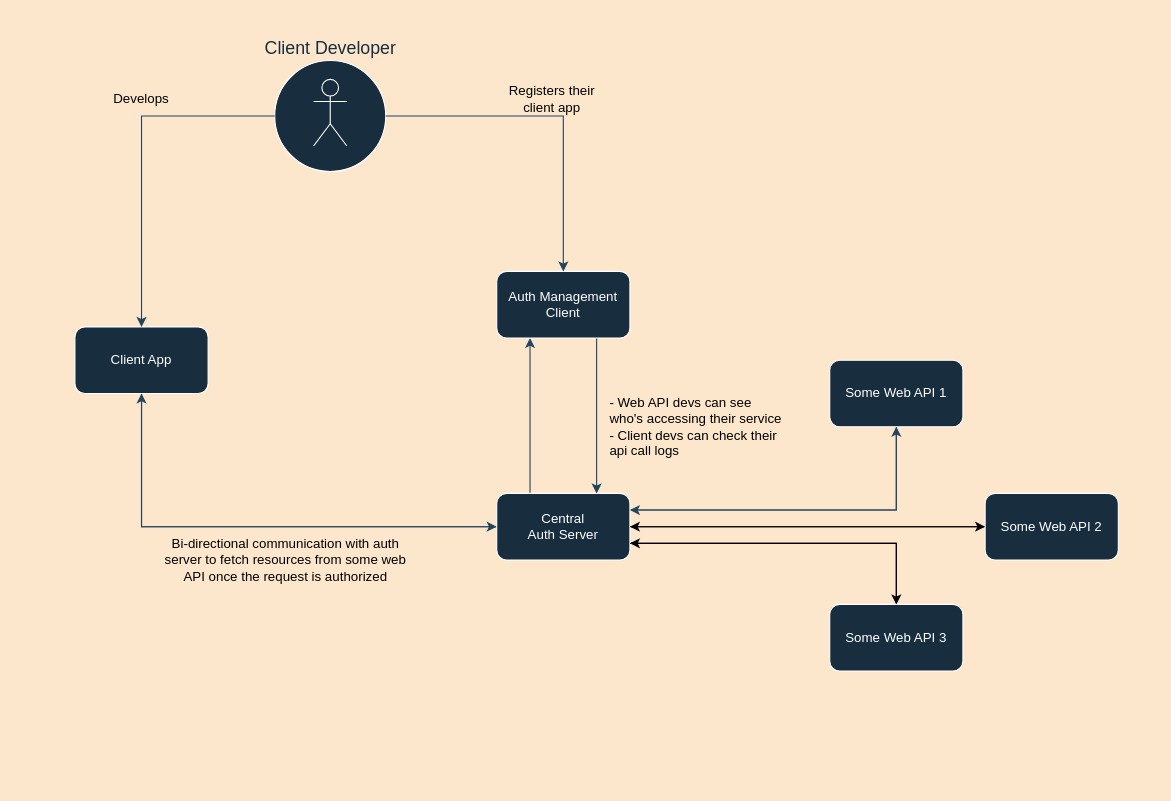
Earlier version of the draw.io diagram assets/Untitled Diagram.drawio (U-C-S/CAuth). Source tidied: cells renumbered, new cells numbered last; positions are measured from the earlier drawing's top-left corner, leaving out a move shared by most shapes. Both pictures are drawn from the tidied source at 111%, with x=0, y=0 at pixel (74, 60).
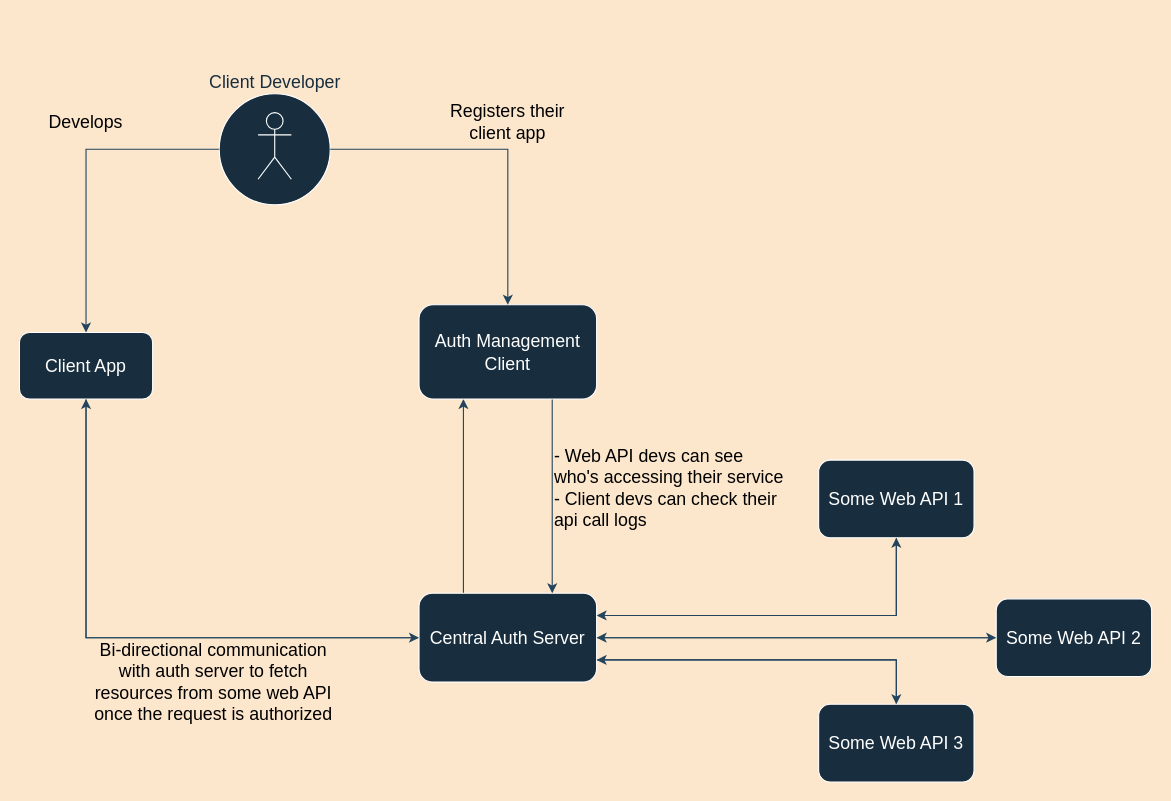
After the change.

The edit, as a diff of the source:
```diff
@@
-    <mxCell id="2" style="edgeStyle=orthogonalEdgeStyle;rounded=0;jettySize=auto;html=1;exitX=0.5;exitY=1;exitDx=0;exitDy=0;entryX=0;entryY=0.5;entryDx=0;entryDy=0;labelBackgroundColor=#FCE7CD;strokeColor=#23445D;" parent="1" edge="1" source="3" target="11">
+    <mxCell id="2" style="edgeStyle=orthogonalEdgeStyle;rounded=0;jettySize=auto;html=1;exitX=0.5;exitY=1;exitDx=0;exitDy=0;entryX=0;entryY=0.5;entryDx=0;entryDy=0;labelBackgroundColor=#FCE7CD;strokeColor=#23445D;fontSize=16;" parent="1" edge="1" source="3" target="11">
       <mxGeometry relative="1" as="geometry" />
     </mxCell>
-    <mxCell id="3" value="&lt;div&gt;Client App&lt;/div&gt;" style="rounded=1;whiteSpace=wrap;html=1;fillColor=#182E3E;strokeColor=#FFFFFF;fontColor=#FFFFFF;" parent="1" vertex="1">
-      <mxGeometry y="240" width="120" height="60" as="geometry" />
+    <mxCell id="3" value="&lt;div style=&quot;font-size: 16px;&quot;&gt;Client App&lt;/div&gt;" style="rounded=1;whiteSpace=wrap;html=1;fillColor=#182E3E;strokeColor=#FFFFFF;fontColor=#FFFFFF;fontSize=16;" parent="1" vertex="1">
+      <mxGeometry x="-50" y="245" width="120" height="60" as="geometry" />
     </mxCell>
-    <mxCell id="4" style="edgeStyle=orthogonalEdgeStyle;rounded=0;jettySize=auto;html=1;exitX=0.5;exitY=1;exitDx=0;exitDy=0;entryX=1;entryY=0.25;entryDx=0;entryDy=0;labelBackgroundColor=#FCE7CD;strokeColor=#23445D;" parent="1" edge="1" source="5" target="11">
+    <mxCell id="4" style="edgeStyle=orthogonalEdgeStyle;rounded=0;jettySize=auto;html=1;exitX=0.5;exitY=1;exitDx=0;exitDy=0;entryX=1;entryY=0.25;entryDx=0;entryDy=0;labelBackgroundColor=#FCE7CD;strokeColor=#23445D;fontSize=16;" parent="1" edge="1" source="5" target="11">
       <mxGeometry relative="1" as="geometry" />
     </mxCell>
-    <mxCell id="5" value="Some Web API 1" style="rounded=1;whiteSpace=wrap;html=1;fillColor=#182E3E;strokeColor=#FFFFFF;fontColor=#FFFFFF;" parent="1" vertex="1">
-      <mxGeometry x="680" y="270" width="120" height="60" as="geometry" />
+    <mxCell id="5" value="Some Web API 1" style="rounded=1;whiteSpace=wrap;html=1;fillColor=#182E3E;strokeColor=#FFFFFF;fontColor=#FFFFFF;fontSize=16;" parent="1" vertex="1">
+      <mxGeometry x="670" y="360" width="140" height="70" as="geometry" />
     </mxCell>
-    <mxCell id="6" style="edgeStyle=orthogonalEdgeStyle;rounded=0;jettySize=auto;html=1;exitX=0.25;exitY=0;exitDx=0;exitDy=0;entryX=0.25;entryY=1;entryDx=0;entryDy=0;labelBackgroundColor=#FCE7CD;strokeColor=#23445D;" parent="1" edge="1" source="11" target="13">
+    <mxCell id="6" style="edgeStyle=orthogonalEdgeStyle;rounded=0;jettySize=auto;html=1;exitX=0.25;exitY=0;exitDx=0;exitDy=0;entryX=0.25;entryY=1;entryDx=0;entryDy=0;labelBackgroundColor=#FCE7CD;strokeColor=#23445D;fontSize=16;" parent="1" edge="1" source="11" target="13">
       <mxGeometry relative="1" as="geometry" />
     </mxCell>
-    <mxCell id="7" style="edgeStyle=orthogonalEdgeStyle;rounded=0;jettySize=auto;html=1;exitX=0;exitY=0.5;exitDx=0;exitDy=0;entryX=0.5;entryY=1;entryDx=0;entryDy=0;labelBackgroundColor=#FCE7CD;strokeColor=#23445D;" parent="1" edge="1" source="11" target="3">
+    <mxCell id="7" style="edgeStyle=orthogonalEdgeStyle;rounded=0;jettySize=auto;html=1;exitX=0;exitY=0.5;exitDx=0;exitDy=0;entryX=0.5;entryY=1;entryDx=0;entryDy=0;labelBackgroundColor=#FCE7CD;strokeColor=#23445D;fontSize=16;" parent="1" edge="1" source="11" target="3">
       <mxGeometry relative="1" as="geometry" />
     </mxCell>
-    <mxCell id="8" style="edgeStyle=orthogonalEdgeStyle;rounded=0;jettySize=auto;html=1;exitX=1;exitY=0.25;exitDx=0;exitDy=0;entryX=0.5;entryY=1;entryDx=0;entryDy=0;labelBackgroundColor=#FCE7CD;strokeColor=#23445D;" parent="1" edge="1" source="11" target="5">
+    <mxCell id="8" style="edgeStyle=orthogonalEdgeStyle;rounded=0;jettySize=auto;html=1;exitX=1;exitY=0.25;exitDx=0;exitDy=0;entryX=0.5;entryY=1;entryDx=0;entryDy=0;labelBackgroundColor=#FCE7CD;strokeColor=#23445D;fontSize=16;" parent="1" edge="1" source="11" target="5">
       <mxGeometry relative="1" as="geometry" />
     </mxCell>
-    <mxCell id="9" style="edgeStyle=orthogonalEdgeStyle;rounded=0;jettySize=auto;html=1;exitX=1;exitY=0.5;exitDx=0;exitDy=0;entryX=0;entryY=0.5;entryDx=0;entryDy=0;" parent="1" edge="1" source="11" target="24">
+    <mxCell id="9" style="edgeStyle=orthogonalEdgeStyle;rounded=0;jettySize=auto;html=1;exitX=1;exitY=0.5;exitDx=0;exitDy=0;entryX=0;entryY=0.5;entryDx=0;entryDy=0;fontSize=16;labelBackgroundColor=#FCE7CD;strokeColor=#23445D;" parent="1" edge="1" source="11" target="24">
       <mxGeometry relative="1" as="geometry" />
     </mxCell>
-    <mxCell id="10" style="edgeStyle=orthogonalEdgeStyle;rounded=0;jettySize=auto;html=1;exitX=1;exitY=0.75;exitDx=0;exitDy=0;entryX=0.5;entryY=0;entryDx=0;entryDy=0;" parent="1" edge="1" source="11" target="26">
+    <mxCell id="10" style="edgeStyle=orthogonalEdgeStyle;rounded=0;jettySize=auto;html=1;exitX=1;exitY=0.75;exitDx=0;exitDy=0;entryX=0.5;entryY=0;entryDx=0;entryDy=0;fontSize=16;labelBackgroundColor=#FCE7CD;strokeColor=#23445D;" parent="1" edge="1" source="11" target="26">
       <mxGeometry relative="1" as="geometry" />
     </mxCell>
-    <mxCell id="11" value="&lt;div&gt;Central &lt;br&gt;&lt;/div&gt;&lt;div&gt;Auth Server&lt;/div&gt;" style="rounded=1;whiteSpace=wrap;html=1;fillColor=#182E3E;strokeColor=#FFFFFF;fontColor=#FFFFFF;" parent="1" vertex="1">
-      <mxGeometry x="380" y="390" width="120" height="60" as="geometry" />
+    <mxCell id="11" value="&lt;div style=&quot;font-size: 16px;&quot;&gt;Central Auth Server&lt;/div&gt;" style="rounded=1;whiteSpace=wrap;html=1;fillColor=#182E3E;strokeColor=#FFFFFF;fontColor=#FFFFFF;fontSize=16;" parent="1" vertex="1">
+      <mxGeometry x="310" y="480" width="160" height="80" as="geometry" />
     </mxCell>
-    <mxCell id="12" style="edgeStyle=orthogonalEdgeStyle;rounded=0;jettySize=auto;html=1;exitX=0.75;exitY=1;exitDx=0;exitDy=0;entryX=0.75;entryY=0;entryDx=0;entryDy=0;labelBackgroundColor=#FCE7CD;strokeColor=#23445D;" parent="1" edge="1" source="13" target="11">
+    <mxCell id="12" style="edgeStyle=orthogonalEdgeStyle;rounded=0;jettySize=auto;html=1;exitX=0.75;exitY=1;exitDx=0;exitDy=0;entryX=0.75;entryY=0;entryDx=0;entryDy=0;labelBackgroundColor=#FCE7CD;strokeColor=#23445D;fontSize=16;" parent="1" edge="1" source="13" target="11">
       <mxGeometry relative="1" as="geometry" />
     </mxCell>
-    <mxCell id="13" value="Auth Management Client" style="rounded=1;whiteSpace=wrap;html=1;fillColor=#182E3E;strokeColor=#FFFFFF;fontColor=#FFFFFF;" parent="1" vertex="1">
-      <mxGeometry x="380" y="190" width="120" height="60" as="geometry" />
+    <mxCell id="13" value="Auth Management Client" style="rounded=1;whiteSpace=wrap;html=1;fillColor=#182E3E;strokeColor=#FFFFFF;fontColor=#FFFFFF;fontSize=16;" parent="1" vertex="1">
+      <mxGeometry x="310" y="220" width="160" height="85" as="geometry" />
     </mxCell>
-    <mxCell id="14" style="group;fontColor=#FFFFFF;" parent="1" vertex="1">
-      <mxGeometry x="180" width="100" height="100" as="geometry" />
+    <mxCell id="14" style="group;fontColor=#FFFFFF;rounded=0;fontSize=16;" parent="1" vertex="1">
+      <mxGeometry x="130" y="30" width="100" height="100" as="geometry" />
     </mxCell>
-    <mxCell id="15" style="ellipse;whiteSpace=wrap;html=1;fillColor=#182E3E;strokeColor=#FFFFFF;fontColor=#FFFFFF;" parent="14" vertex="1">
+    <mxCell id="15" style="ellipse;whiteSpace=wrap;html=1;fillColor=#182E3E;strokeColor=#FFFFFF;fontColor=#FFFFFF;rounded=0;fontSize=16;" parent="14" vertex="1">
       <mxGeometry width="100" height="100" as="geometry" />
     </mxCell>
-    <mxCell id="16" value="&lt;p style=&quot;line-height: 130%;&quot;&gt;&lt;/p&gt;&lt;div style=&quot;font-size: 16px;&quot;&gt;&lt;font color=&quot;#182E3E&quot;&gt;Client Developer&lt;/font&gt;&lt;/div&gt;&lt;p&gt;&lt;/p&gt;" style="shape=umlActor;verticalLabelPosition=top;verticalAlign=bottom;html=1;labelPosition=center;align=center;fontSize=16;spacingTop=0;fillColor=#182E3E;strokeColor=#FFFFFF;fontColor=#FFFFFF;" parent="14" vertex="1">
+    <mxCell id="16" value="&lt;p style=&quot;line-height: 130%; font-size: 16px;&quot;&gt;&lt;/p&gt;&lt;div style=&quot;font-size: 16px;&quot;&gt;&lt;font style=&quot;font-size: 16px;&quot; color=&quot;#182E3E&quot;&gt;Client Developer&lt;/font&gt;&lt;/div&gt;&lt;p style=&quot;font-size: 16px;&quot;&gt;&lt;/p&gt;" style="shape=umlActor;verticalLabelPosition=top;verticalAlign=bottom;html=1;labelPosition=center;align=center;fontSize=16;spacingTop=0;fillColor=#182E3E;strokeColor=#FFFFFF;fontColor=#FFFFFF;rounded=0;" parent="14" vertex="1">
       <mxGeometry x="35" y="17" width="30" height="60" as="geometry" />
     </mxCell>
-    <mxCell id="17" style="edgeStyle=orthogonalEdgeStyle;rounded=0;jettySize=auto;html=1;exitX=1;exitY=0.5;exitDx=0;exitDy=0;entryX=0.5;entryY=0;entryDx=0;entryDy=0;labelBackgroundColor=#FCE7CD;strokeColor=#23445D;" parent="1" edge="1" source="15" target="13">
+    <mxCell id="17" style="edgeStyle=orthogonalEdgeStyle;rounded=0;jettySize=auto;html=1;exitX=1;exitY=0.5;exitDx=0;exitDy=0;entryX=0.5;entryY=0;entryDx=0;entryDy=0;labelBackgroundColor=#FCE7CD;strokeColor=#23445D;fontSize=16;" parent="1" edge="1" source="15" target="13">
       <mxGeometry relative="1" as="geometry" />
     </mxCell>
-    <mxCell id="18" style="edgeStyle=orthogonalEdgeStyle;rounded=0;jettySize=auto;html=1;entryX=0.5;entryY=0;entryDx=0;entryDy=0;labelBackgroundColor=#FCE7CD;strokeColor=#23445D;" parent="1" edge="1" source="15" target="3">
+    <mxCell id="18" style="edgeStyle=orthogonalEdgeStyle;rounded=0;jettySize=auto;html=1;entryX=0.5;entryY=0;entryDx=0;entryDy=0;labelBackgroundColor=#FCE7CD;strokeColor=#23445D;fontSize=16;" parent="1" edge="1" source="15" target="3">
       <mxGeometry relative="1" as="geometry" />
     </mxCell>
-    <mxCell id="19" value="&lt;div&gt;Registers their client app&lt;/div&gt;" style="text;html=1;strokeColor=none;fillColor=none;align=center;verticalAlign=middle;whiteSpace=wrap;rounded=0;" parent="1" vertex="1">
-      <mxGeometry x="390" y="20" width="80" height="30" as="geometry" />
+    <mxCell id="19" value="&lt;div style=&quot;font-size: 16px;&quot;&gt;Registers their client app&lt;/div&gt;" style="text;html=1;strokeColor=none;fillColor=none;align=center;verticalAlign=middle;whiteSpace=wrap;rounded=0;fontSize=16;" parent="1" vertex="1">
+      <mxGeometry x="335" y="30" width="110" height="50" as="geometry" />
     </mxCell>
-    <mxCell id="20" value="Develops" style="text;html=1;strokeColor=none;fillColor=none;align=center;verticalAlign=middle;whiteSpace=wrap;rounded=0;" parent="1" vertex="1">
-      <mxGeometry x="30" y="20" width="60" height="30" as="geometry" />
+    <mxCell id="20" value="Develops" style="text;html=1;strokeColor=none;fillColor=none;align=center;verticalAlign=middle;whiteSpace=wrap;rounded=0;fontSize=16;" parent="1" vertex="1">
+      <mxGeometry x="-25" y="40" width="70" height="30" as="geometry" />
     </mxCell>
-    <mxCell id="21" value="&lt;div align=&quot;left&quot;&gt;- Web API devs can see who's accessing their service&lt;/div&gt;&lt;div align=&quot;left&quot;&gt;- Client devs can check their api call logs&lt;br&gt;&lt;/div&gt;" style="text;html=1;strokeColor=none;fillColor=none;align=left;verticalAlign=middle;whiteSpace=wrap;rounded=0;" parent="1" vertex="1">
-      <mxGeometry x="480" y="280" width="160" height="100" as="geometry" />
+    <mxCell id="21" value="&lt;div style=&quot;font-size: 16px;&quot; align=&quot;left&quot;&gt;- Web API devs can see who's accessing their service&lt;/div&gt;&lt;div style=&quot;font-size: 16px;&quot; align=&quot;left&quot;&gt;- Client devs can check their api call logs&lt;br style=&quot;font-size: 16px;&quot;&gt;&lt;/div&gt;" style="text;html=1;strokeColor=none;fillColor=none;align=left;verticalAlign=middle;whiteSpace=wrap;rounded=0;fontSize=16;" parent="1" vertex="1">
+      <mxGeometry x="430" y="335" width="210" height="100" as="geometry" />
     </mxCell>
-    <mxCell id="22" value="Bi-directional communication with auth server to fetch resources from some web API once the request is authorized" style="text;html=1;strokeColor=none;fillColor=none;align=center;verticalAlign=middle;whiteSpace=wrap;rounded=0;" parent="1" vertex="1">
-      <mxGeometry x="80" y="420" width="220" height="60" as="geometry" />
+    <mxCell id="22" value="Bi-directional communication with auth server to fetch resources from some web API once the request is authorized" style="text;html=1;strokeColor=none;fillColor=none;align=center;verticalAlign=middle;whiteSpace=wrap;rounded=0;fontSize=16;" parent="1" vertex="1">
+      <mxGeometry x="10" y="520" width="230" height="80" as="geometry" />
     </mxCell>
-    <mxCell id="23" style="edgeStyle=orthogonalEdgeStyle;rounded=0;jettySize=auto;html=1;exitX=0;exitY=0.5;exitDx=0;exitDy=0;entryX=1;entryY=0.5;entryDx=0;entryDy=0;" parent="1" edge="1" source="24" target="11">
+    <mxCell id="23" style="edgeStyle=orthogonalEdgeStyle;rounded=0;jettySize=auto;html=1;exitX=0;exitY=0.5;exitDx=0;exitDy=0;entryX=1;entryY=0.5;entryDx=0;entryDy=0;fontSize=16;strokeColor=#23445D;labelBackgroundColor=#FCE7CD;" parent="1" edge="1" source="24" target="11">
       <mxGeometry relative="1" as="geometry" />
     </mxCell>
-    <mxCell id="24" value="Some Web API 2" style="rounded=1;whiteSpace=wrap;html=1;fillColor=#182E3E;strokeColor=#FFFFFF;fontColor=#FFFFFF;" parent="1" vertex="1">
-      <mxGeometry x="820" y="390" width="120" height="60" as="geometry" />
+    <mxCell id="24" value="Some Web API 2" style="rounded=1;whiteSpace=wrap;html=1;fillColor=#182E3E;strokeColor=#FFFFFF;fontColor=#FFFFFF;fontSize=16;" parent="1" vertex="1">
+      <mxGeometry x="830" y="485" width="140" height="70" as="geometry" />
     </mxCell>
-    <mxCell id="25" style="edgeStyle=orthogonalEdgeStyle;rounded=0;jettySize=auto;html=1;exitX=0.5;exitY=0;exitDx=0;exitDy=0;entryX=1;entryY=0.75;entryDx=0;entryDy=0;" parent="1" edge="1" source="26" target="11">
+    <mxCell id="25" style="edgeStyle=orthogonalEdgeStyle;rounded=0;jettySize=auto;html=1;exitX=0.5;exitY=0;exitDx=0;exitDy=0;entryX=1;entryY=0.75;entryDx=0;entryDy=0;fontSize=16;strokeColor=#23445D;" parent="1" edge="1" source="26" target="11">
       <mxGeometry relative="1" as="geometry" />
     </mxCell>
-    <mxCell id="26" value="Some Web API 3" style="rounded=1;whiteSpace=wrap;html=1;fillColor=#182E3E;strokeColor=#FFFFFF;fontColor=#FFFFFF;" parent="1" vertex="1">
-      <mxGeometry x="680" y="490" width="120" height="60" as="geometry" />
+    <mxCell id="26" value="Some Web API 3" style="rounded=1;whiteSpace=wrap;html=1;fillColor=#182E3E;strokeColor=#FFFFFF;fontColor=#FFFFFF;fontSize=16;" parent="1" vertex="1">
+      <mxGeometry x="670" y="580" width="140" height="70" as="geometry" />
     </mxCell>
```
